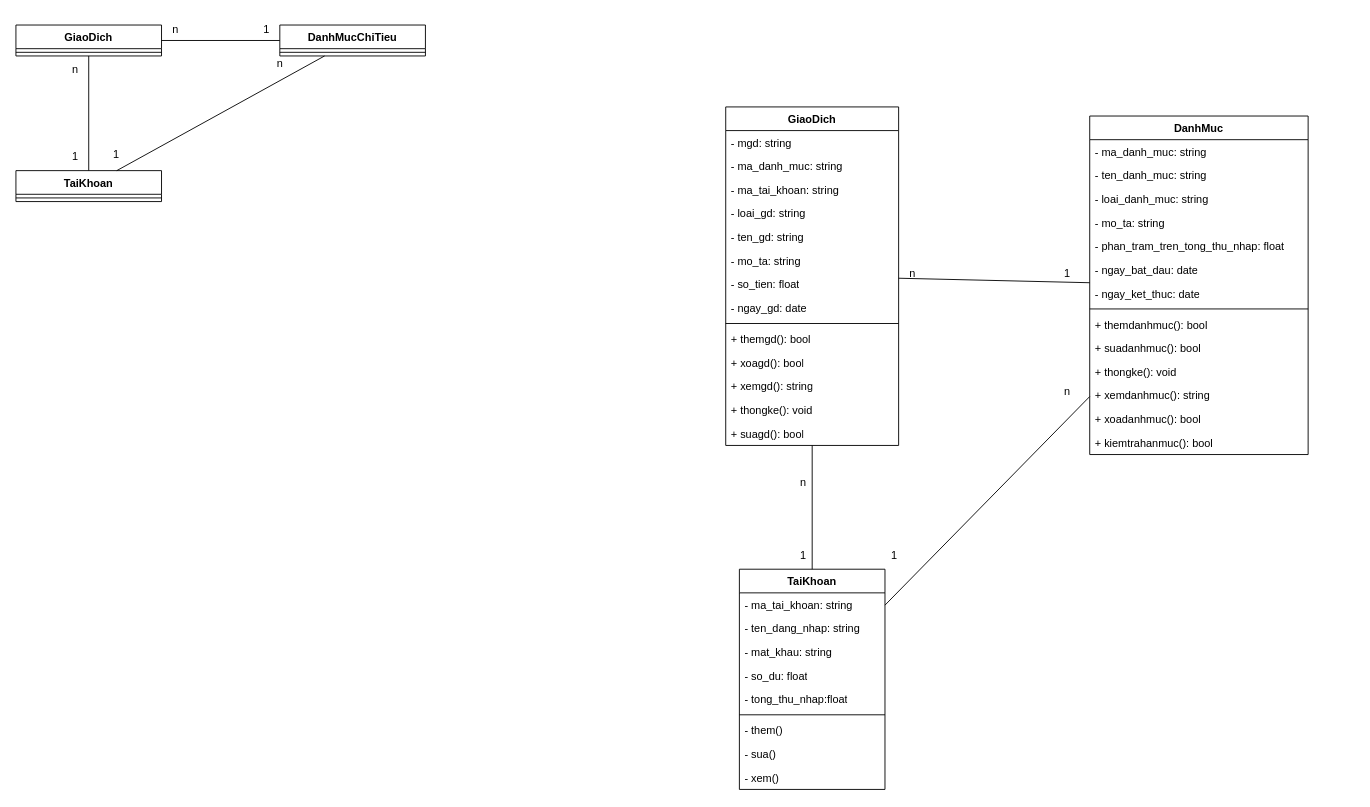
The draw.io diagram 031925ClassDiagram.drawio in huyga1185/quanLyKTX_22CT4, before the edit. Source tidied: cells renumbered, new cells numbered last; positions are measured from the earlier drawing's top-left corner, leaving out a move shared by most shapes. Both pictures are drawn from the tidied source at 91%, with x=0, y=0 at pixel (15, 15).
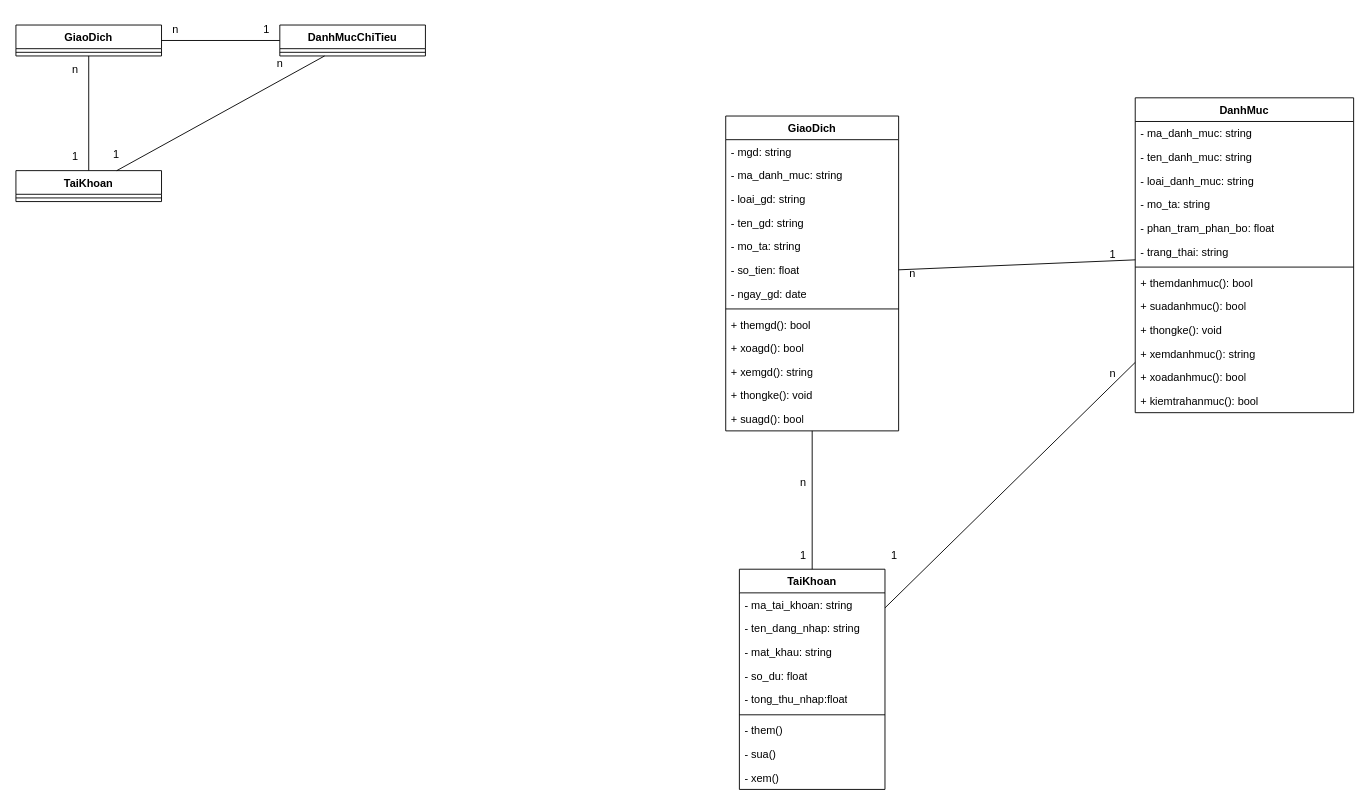
The same diagram, later.

Change to the diagram source:
```diff
@@
     <mxCell id="17" value="GiaoDich" style="swimlane;fontStyle=1;align=center;verticalAlign=top;horizontal=1;startSize=26;whiteSpace=wrap;html=1;" parent="1" vertex="1">
-      <mxGeometry x="780" y="100" width="190" height="372" as="geometry" />
+      <mxGeometry x="780" y="110" width="190" height="346" as="geometry" />
     </mxCell>
@@
-    <mxCell id="20" value="- ma_tai_khoan: string" style="text;strokeColor=none;fillColor=none;align=left;verticalAlign=top;spacingLeft=4;spacingRight=4;overflow=hidden;whiteSpace=wrap;html=1;" parent="17" vertex="1">
-      <mxGeometry y="78" width="190" height="26" as="geometry" />
-    </mxCell>
     <mxCell id="21" value="- loai_gd: string" style="text;strokeColor=none;fillColor=none;align=left;verticalAlign=top;spacingLeft=4;spacingRight=4;overflow=hidden;whiteSpace=wrap;html=1;" parent="17" vertex="1">
-      <mxGeometry y="104" width="190" height="26" as="geometry" />
+      <mxGeometry y="78" width="190" height="26" as="geometry" />
     </mxCell>
     <mxCell id="22" value="- ten_gd: string" style="text;strokeColor=none;fillColor=none;align=left;verticalAlign=top;spacingLeft=4;spacingRight=4;overflow=hidden;whiteSpace=wrap;html=1;" parent="17" vertex="1">
-      <mxGeometry y="130" width="190" height="26" as="geometry" />
+      <mxGeometry y="104" width="190" height="26" as="geometry" />
     </mxCell>
     <mxCell id="23" value="- mo_ta: string" style="text;strokeColor=none;fillColor=none;align=left;verticalAlign=top;spacingLeft=4;spacingRight=4;overflow=hidden;whiteSpace=wrap;html=1;" parent="17" vertex="1">
-      <mxGeometry y="156" width="190" height="26" as="geometry" />
+      <mxGeometry y="130" width="190" height="26" as="geometry" />
     </mxCell>
     <mxCell id="24" value="- so_tien: float" style="text;strokeColor=none;fillColor=none;align=left;verticalAlign=top;spacingLeft=4;spacingRight=4;overflow=hidden;whiteSpace=wrap;html=1;" parent="17" vertex="1">
-      <mxGeometry y="182" width="190" height="26" as="geometry" />
+      <mxGeometry y="156" width="190" height="26" as="geometry" />
     </mxCell>
     <mxCell id="25" value="- ngay_gd: date" style="text;strokeColor=none;fillColor=none;align=left;verticalAlign=top;spacingLeft=4;spacingRight=4;overflow=hidden;whiteSpace=wrap;html=1;" parent="17" vertex="1">
-      <mxGeometry y="208" width="190" height="26" as="geometry" />
+      <mxGeometry y="182" width="190" height="26" as="geometry" />
     </mxCell>
     <mxCell id="26" style="line;strokeWidth=1;fillColor=none;align=left;verticalAlign=middle;spacingTop=-1;spacingLeft=3;spacingRight=3;labelPosition=right;strokeColor=inherit;" parent="17" vertex="1">
-      <mxGeometry y="234" width="190" height="8" as="geometry" />
+      <mxGeometry y="208" width="190" height="8" as="geometry" />
     </mxCell>
     <mxCell id="27" value="+ themgd(): bool" style="text;strokeColor=none;fillColor=none;align=left;verticalAlign=top;spacingLeft=4;spacingRight=4;overflow=hidden;whiteSpace=wrap;html=1;" parent="17" vertex="1">
-      <mxGeometry y="242" width="190" height="26" as="geometry" />
+      <mxGeometry y="216" width="190" height="26" as="geometry" />
     </mxCell>
     <mxCell id="28" value="+ xoagd(): bool" style="text;strokeColor=none;fillColor=none;align=left;verticalAlign=top;spacingLeft=4;spacingRight=4;overflow=hidden;whiteSpace=wrap;html=1;" parent="17" vertex="1">
-      <mxGeometry y="268" width="190" height="26" as="geometry" />
+      <mxGeometry y="242" width="190" height="26" as="geometry" />
     </mxCell>
     <mxCell id="29" value="+ xemgd(): string" style="text;strokeColor=none;fillColor=none;align=left;verticalAlign=top;spacingLeft=4;spacingRight=4;overflow=hidden;whiteSpace=wrap;html=1;" parent="17" vertex="1">
-      <mxGeometry y="294" width="190" height="26" as="geometry" />
+      <mxGeometry y="268" width="190" height="26" as="geometry" />
     </mxCell>
     <mxCell id="30" value="+ thongke(): void" style="text;strokeColor=none;fillColor=none;align=left;verticalAlign=top;spacingLeft=4;spacingRight=4;overflow=hidden;whiteSpace=wrap;html=1;" parent="17" vertex="1">
-      <mxGeometry y="320" width="190" height="26" as="geometry" />
+      <mxGeometry y="294" width="190" height="26" as="geometry" />
     </mxCell>
     <mxCell id="31" value="+ suagd(): bool" style="text;strokeColor=none;fillColor=none;align=left;verticalAlign=top;spacingLeft=4;spacingRight=4;overflow=hidden;whiteSpace=wrap;html=1;" parent="17" vertex="1">
-      <mxGeometry y="346" width="190" height="26" as="geometry" />
+      <mxGeometry y="320" width="190" height="26" as="geometry" />
     </mxCell>
     <mxCell id="32" value="DanhMuc" style="swimlane;fontStyle=1;align=center;verticalAlign=top;horizontal=1;startSize=26;whiteSpace=wrap;html=1;" parent="1" vertex="1">
-      <mxGeometry x="1180" y="110" width="240" height="372" as="geometry" />
+      <mxGeometry x="1230" y="90" width="240" height="346" as="geometry" />
     </mxCell>
@@
-    <mxCell id="37" value="- phan_tram_tren_tong_thu_nhap: float" style="text;strokeColor=none;fillColor=none;align=left;verticalAlign=top;spacingLeft=4;spacingRight=4;overflow=hidden;whiteSpace=wrap;html=1;" parent="32" vertex="1">
+    <mxCell id="37" value="- phan_tram_phan_bo: float" style="text;strokeColor=none;fillColor=none;align=left;verticalAlign=top;spacingLeft=4;spacingRight=4;overflow=hidden;whiteSpace=wrap;html=1;" parent="32" vertex="1">
       <mxGeometry y="130" width="240" height="26" as="geometry" />
     </mxCell>
-    <mxCell id="38" value="- ngay_bat_dau: date" style="text;strokeColor=none;fillColor=none;align=left;verticalAlign=top;spacingLeft=4;spacingRight=4;overflow=hidden;whiteSpace=wrap;html=1;" parent="32" vertex="1">
-      <mxGeometry y="156" width="240" height="26" as="geometry" />
-    </mxCell>
-    <mxCell id="39" value="- ngay_ket_thuc: date" style="text;strokeColor=none;fillColor=none;align=left;verticalAlign=top;spacingLeft=4;spacingRight=4;overflow=hidden;whiteSpace=wrap;html=1;" parent="32" vertex="1">
-      <mxGeometry y="182" width="240" height="26" as="geometry" />
-    </mxCell>
+    <mxCell id="66" value="- trang_thai: string" style="text;strokeColor=none;fillColor=none;align=left;verticalAlign=top;spacingLeft=4;spacingRight=4;overflow=hidden;whiteSpace=wrap;html=1;" parent="32" vertex="1">
+      <mxGeometry y="156" width="240" height="26" as="geometry" />
+    </mxCell>
     <mxCell id="40" style="line;strokeWidth=1;fillColor=none;align=left;verticalAlign=middle;spacingTop=-1;spacingLeft=3;spacingRight=3;labelPosition=right;strokeColor=inherit;" parent="32" vertex="1">
-      <mxGeometry y="208" width="240" height="8" as="geometry" />
+      <mxGeometry y="182" width="240" height="8" as="geometry" />
     </mxCell>
     <mxCell id="41" value="+ themdanhmuc(): bool" style="text;strokeColor=none;fillColor=none;align=left;verticalAlign=top;spacingLeft=4;spacingRight=4;overflow=hidden;whiteSpace=wrap;html=1;" parent="32" vertex="1">
-      <mxGeometry y="216" width="240" height="26" as="geometry" />
+      <mxGeometry y="190" width="240" height="26" as="geometry" />
     </mxCell>
     <mxCell id="42" value="+ suadanhmuc(): bool" style="text;strokeColor=none;fillColor=none;align=left;verticalAlign=top;spacingLeft=4;spacingRight=4;overflow=hidden;whiteSpace=wrap;html=1;" parent="32" vertex="1">
-      <mxGeometry y="242" width="240" height="26" as="geometry" />
+      <mxGeometry y="216" width="240" height="26" as="geometry" />
     </mxCell>
     <mxCell id="43" value="+ thongke(): void" style="text;strokeColor=none;fillColor=none;align=left;verticalAlign=top;spacingLeft=4;spacingRight=4;overflow=hidden;whiteSpace=wrap;html=1;" parent="32" vertex="1">
-      <mxGeometry y="268" width="240" height="26" as="geometry" />
+      <mxGeometry y="242" width="240" height="26" as="geometry" />
     </mxCell>
     <mxCell id="44" value="+ xemdanhmuc(): string" style="text;strokeColor=none;fillColor=none;align=left;verticalAlign=top;spacingLeft=4;spacingRight=4;overflow=hidden;whiteSpace=wrap;html=1;" parent="32" vertex="1">
-      <mxGeometry y="294" width="240" height="26" as="geometry" />
+      <mxGeometry y="268" width="240" height="26" as="geometry" />
     </mxCell>
     <mxCell id="45" value="+ xoadanhmuc(): bool" style="text;strokeColor=none;fillColor=none;align=left;verticalAlign=top;spacingLeft=4;spacingRight=4;overflow=hidden;whiteSpace=wrap;html=1;" parent="32" vertex="1">
-      <mxGeometry y="320" width="240" height="26" as="geometry" />
+      <mxGeometry y="294" width="240" height="26" as="geometry" />
     </mxCell>
     <mxCell id="46" value="+ kiemtrahanmuc(): bool" style="text;strokeColor=none;fillColor=none;align=left;verticalAlign=top;spacingLeft=4;spacingRight=4;overflow=hidden;whiteSpace=wrap;html=1;" parent="32" vertex="1">
-      <mxGeometry y="346" width="240" height="26" as="geometry" />
+      <mxGeometry y="320" width="240" height="26" as="geometry" />
     </mxCell>
@@
     <mxCell id="63" value="1" style="text;html=1;align=center;verticalAlign=middle;strokeColor=none;fillColor=none;" parent="1" vertex="1">
-      <mxGeometry x="1140" y="268" width="30" height="30" as="geometry" />
+      <mxGeometry x="1190" y="248" width="30" height="30" as="geometry" />
     </mxCell>
@@
     <mxCell id="65" value="n" style="text;html=1;align=center;verticalAlign=middle;strokeColor=none;fillColor=none;" parent="1" vertex="1">
-      <mxGeometry x="1140" y="398" width="30" height="30" as="geometry" />
+      <mxGeometry x="1190" y="378" width="30" height="30" as="geometry" />
     </mxCell>
```
